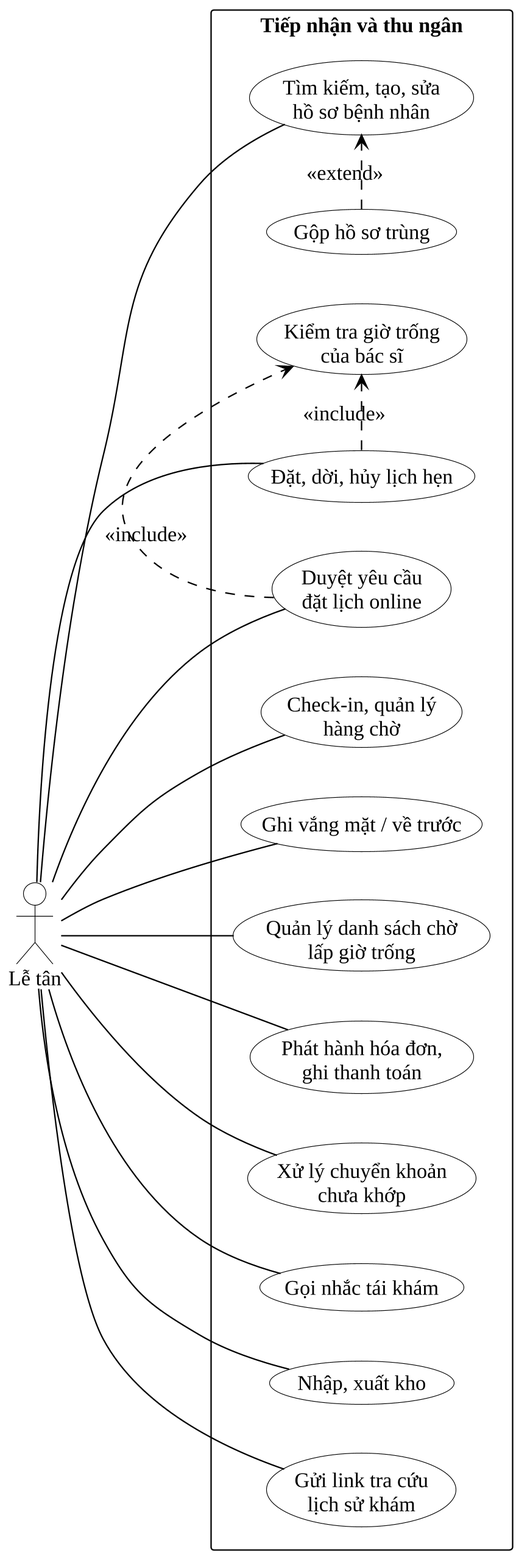
Earlier version of the PlantUML export docs/10_Thesis/bao-cao/hinh/2-3-use-case-le-tan.png (Trantuan0310/dental-clinic-nestjs-react).
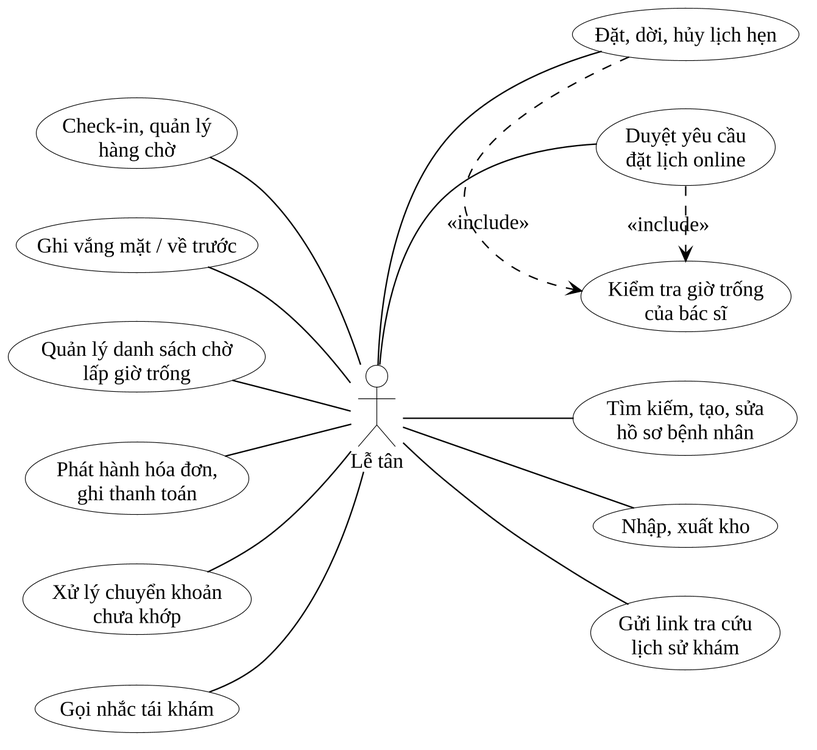
Above is the later version.

What changed in the source:
```diff
@@ -2,33 +2,29 @@
 !include _kieu.iuml
 left to right direction
 actor "Lễ tân" as LT
-rectangle "Tiếp nhận và thu ngân" {
-  usecase "Tìm kiếm, tạo, sửa\nhồ sơ bệnh nhân" as a
-  usecase "Gộp hồ sơ trùng" as g
-  usecase "Đặt, dời, hủy lịch hẹn" as b
-  usecase "Kiểm tra giờ trống\ncủa bác sĩ" as b2
-  usecase "Duyệt yêu cầu\nđặt lịch online" as c
-  usecase "Check-in, quản lý\nhàng chờ" as d
-  usecase "Ghi vắng mặt / về trước" as e
-  usecase "Quản lý danh sách chờ\nlấp giờ trống" as w
-  usecase "Phát hành hóa đơn,\nghi thanh toán" as f
-  usecase "Xử lý chuyển khoản\nchưa khớp" as h
-  usecase "Gọi nhắc tái khám" as r
-  usecase "Nhập, xuất kho" as k
-  usecase "Gửi link tra cứu\nlịch sử khám" as l
-}
+usecase "Tìm kiếm, tạo, sửa\nhồ sơ bệnh nhân" as a
+usecase "Đặt, dời, hủy lịch hẹn" as b
+usecase "Kiểm tra giờ trống\ncủa bác sĩ" as b2
+usecase "Duyệt yêu cầu\nđặt lịch online" as c
+usecase "Check-in, quản lý\nhàng chờ" as d
+usecase "Ghi vắng mặt / về trước" as e
+usecase "Quản lý danh sách chờ\nlấp giờ trống" as w
+usecase "Phát hành hóa đơn,\nghi thanh toán" as f
+usecase "Xử lý chuyển khoản\nchưa khớp" as h
+usecase "Gọi nhắc tái khám" as r
+usecase "Nhập, xuất kho" as k
+usecase "Gửi link tra cứu\nlịch sử khám" as l
+b .> b2 : <<include>>
+c .> b2 : <<include>>
+d -- LT
+e -- LT
+w -- LT
+f -- LT
+h -- LT
+r -- LT
 LT -- a
 LT -- b
 LT -- c
-LT -- d
-LT -- e
-LT -- w
-LT -- f
-LT -- h
-LT -- r
+LT -- l
 LT -- k
-LT -- l
-g .> a : <<extend>>
-b .> b2 : <<include>>
-c .> b2 : <<include>>
 @enduml
```
